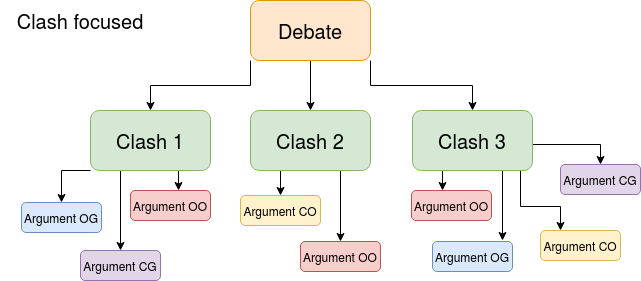
The draw.io diagram img/Efficient_Adjudication/tree_clash_focused.png in mariushobbhahn/mariushobbhahn.github.io, before a commit. Source tidied: cells renumbered, new cells last; positions are measured from the earlier drawing's top-left corner, leaving out a move shared by most shapes. Source of this version:
```xml
<mxGraphModel>
  <root>
    <mxCell id="0" />
    <mxCell id="1" parent="0" />
    <mxCell id="2" style="edgeStyle=orthogonalEdgeStyle;rounded=0;jettySize=auto;html=1;exitX=0;exitY=1;exitDx=0;exitDy=0;" parent="1" edge="1" source="5" target="9">
      <mxGeometry relative="1" as="geometry" />
    </mxCell>
    <mxCell id="3" style="edgeStyle=orthogonalEdgeStyle;rounded=0;jettySize=auto;html=1;entryX=0.5;entryY=0;entryDx=0;entryDy=0;" parent="1" edge="1" source="5" target="12">
      <mxGeometry relative="1" as="geometry" />
    </mxCell>
    <mxCell id="4" style="edgeStyle=orthogonalEdgeStyle;rounded=0;jettySize=auto;html=1;exitX=1;exitY=1;exitDx=0;exitDy=0;entryX=0.5;entryY=0;entryDx=0;entryDy=0;" parent="1" edge="1" source="5" target="17">
      <mxGeometry relative="1" as="geometry" />
    </mxCell>
    <mxCell id="5" value="&lt;font style=&quot;font-size: 20px&quot;&gt;Debate&lt;/font&gt;" style="rounded=1;whiteSpace=wrap;html=1;fillColor=#ffe6cc;strokeColor=#d79b00;" parent="1" vertex="1">
      <mxGeometry x="250" width="120" height="60" as="geometry" />
    </mxCell>
    <mxCell id="6" style="edgeStyle=orthogonalEdgeStyle;rounded=0;jettySize=auto;html=1;exitX=0.25;exitY=1;exitDx=0;exitDy=0;entryX=0.5;entryY=0;entryDx=0;entryDy=0;" parent="1" edge="1" source="9" target="22">
      <mxGeometry relative="1" as="geometry" />
    </mxCell>
    <mxCell id="7" style="edgeStyle=orthogonalEdgeStyle;rounded=0;jettySize=auto;html=1;exitX=0;exitY=1;exitDx=0;exitDy=0;entryX=0.5;entryY=0;entryDx=0;entryDy=0;" parent="1" edge="1" source="9" target="18">
      <mxGeometry relative="1" as="geometry">
        <Array as="points">
          <mxPoint x="61" y="170" />
        </Array>
      </mxGeometry>
    </mxCell>
    <mxCell id="8" style="edgeStyle=orthogonalEdgeStyle;rounded=0;jettySize=auto;html=1;exitX=0.75;exitY=1;exitDx=0;exitDy=0;entryX=0.6;entryY=0;entryDx=0;entryDy=0;entryPerimeter=0;" parent="1" edge="1" source="9" target="19">
      <mxGeometry relative="1" as="geometry" />
    </mxCell>
    <mxCell id="9" value="&lt;font style=&quot;font-size: 20px&quot;&gt;Clash 1&lt;/font&gt;" style="rounded=1;whiteSpace=wrap;html=1;fillColor=#d5e8d4;strokeColor=#82b366;" parent="1" vertex="1">
      <mxGeometry x="90" y="110" width="120" height="60" as="geometry" />
    </mxCell>
    <mxCell id="10" style="edgeStyle=orthogonalEdgeStyle;rounded=0;jettySize=auto;html=1;exitX=0.25;exitY=1;exitDx=0;exitDy=0;" parent="1" edge="1" source="12" target="20">
      <mxGeometry relative="1" as="geometry" />
    </mxCell>
    <mxCell id="11" style="edgeStyle=orthogonalEdgeStyle;rounded=0;jettySize=auto;html=1;exitX=0.75;exitY=1;exitDx=0;exitDy=0;entryX=0.5;entryY=0;entryDx=0;entryDy=0;" parent="1" edge="1" source="12" target="21">
      <mxGeometry relative="1" as="geometry" />
    </mxCell>
    <mxCell id="12" value="&lt;font style=&quot;font-size: 20px&quot;&gt;Clash 2&lt;/font&gt;" style="rounded=1;whiteSpace=wrap;html=1;fillColor=#d5e8d4;strokeColor=#82b366;" parent="1" vertex="1">
      <mxGeometry x="250" y="110" width="120" height="60" as="geometry" />
    </mxCell>
    <mxCell id="13" style="edgeStyle=orthogonalEdgeStyle;rounded=0;jettySize=auto;html=1;exitX=0.25;exitY=1;exitDx=0;exitDy=0;entryX=0.388;entryY=0;entryDx=0;entryDy=0;entryPerimeter=0;" parent="1" edge="1" source="17" target="24">
      <mxGeometry relative="1" as="geometry" />
    </mxCell>
    <mxCell id="14" style="edgeStyle=orthogonalEdgeStyle;rounded=0;jettySize=auto;html=1;exitX=0.75;exitY=1;exitDx=0;exitDy=0;" parent="1" edge="1" source="17">
      <mxGeometry relative="1" as="geometry">
        <mxPoint x="502" y="240" as="targetPoint" />
      </mxGeometry>
    </mxCell>
    <mxCell id="15" style="edgeStyle=orthogonalEdgeStyle;rounded=0;jettySize=auto;html=1;exitX=0.933;exitY=1;exitDx=0;exitDy=0;entryX=0.25;entryY=0;entryDx=0;entryDy=0;exitPerimeter=0;" parent="1" edge="1" source="17" target="25">
      <mxGeometry relative="1" as="geometry">
        <Array as="points">
          <mxPoint x="520" y="170" />
          <mxPoint x="520" y="206" />
          <mxPoint x="560" y="206" />
        </Array>
      </mxGeometry>
    </mxCell>
    <mxCell id="16" style="edgeStyle=orthogonalEdgeStyle;rounded=0;jettySize=auto;html=1;entryX=0.5;entryY=0;entryDx=0;entryDy=0;" parent="1" edge="1" target="26">
      <mxGeometry relative="1" as="geometry">
        <mxPoint x="532" y="144" as="sourcePoint" />
        <Array as="points">
          <mxPoint x="532" y="144" />
          <mxPoint x="600" y="144" />
        </Array>
      </mxGeometry>
    </mxCell>
    <mxCell id="17" value="&lt;font style=&quot;font-size: 20px&quot;&gt;Clash 3&lt;/font&gt;" style="rounded=1;whiteSpace=wrap;html=1;fillColor=#d5e8d4;strokeColor=#82b366;" parent="1" vertex="1">
      <mxGeometry x="412" y="110" width="120" height="60" as="geometry" />
    </mxCell>
    <mxCell id="18" value="Argument OG" style="rounded=1;whiteSpace=wrap;html=1;fillColor=#dae8fc;strokeColor=#6c8ebf;" parent="1" vertex="1">
      <mxGeometry x="21" y="202" width="80" height="30" as="geometry" />
    </mxCell>
    <mxCell id="19" value="Argument OO" style="rounded=1;whiteSpace=wrap;html=1;fillColor=#f8cecc;strokeColor=#b85450;" parent="1" vertex="1">
      <mxGeometry x="130" y="190" width="80" height="30" as="geometry" />
    </mxCell>
    <mxCell id="20" value="Argument CO" style="rounded=1;whiteSpace=wrap;html=1;fillColor=#fff2cc;strokeColor=#d6b656;" parent="1" vertex="1">
      <mxGeometry x="240" y="195" width="80" height="30" as="geometry" />
    </mxCell>
    <mxCell id="21" value="&lt;div&gt;Argument OO&lt;br&gt;&lt;/div&gt;" style="rounded=1;whiteSpace=wrap;html=1;fillColor=#f8cecc;strokeColor=#b85450;" parent="1" vertex="1">
      <mxGeometry x="300" y="241" width="80" height="30" as="geometry" />
    </mxCell>
    <mxCell id="22" value="Argument CG" style="rounded=1;whiteSpace=wrap;html=1;fillColor=#e1d5e7;strokeColor=#9673a6;" parent="1" vertex="1">
      <mxGeometry x="80" y="250" width="80" height="30" as="geometry" />
    </mxCell>
    <mxCell id="23" value="Argument OG" style="rounded=1;whiteSpace=wrap;html=1;fillColor=#dae8fc;strokeColor=#6c8ebf;" parent="1" vertex="1">
      <mxGeometry x="432" y="241" width="80" height="30" as="geometry" />
    </mxCell>
    <mxCell id="24" value="Argument OO" style="rounded=1;whiteSpace=wrap;html=1;fillColor=#f8cecc;strokeColor=#b85450;" parent="1" vertex="1">
      <mxGeometry x="411" y="190" width="80" height="30" as="geometry" />
    </mxCell>
    <mxCell id="25" value="Argument CO" style="rounded=1;whiteSpace=wrap;html=1;fillColor=#fff2cc;strokeColor=#d6b656;" parent="1" vertex="1">
      <mxGeometry x="540" y="230" width="80" height="30" as="geometry" />
    </mxCell>
    <mxCell id="26" value="Argument CG" style="rounded=1;whiteSpace=wrap;html=1;fillColor=#e1d5e7;strokeColor=#9673a6;" parent="1" vertex="1">
      <mxGeometry x="560" y="164" width="80" height="30" as="geometry" />
    </mxCell>
    <mxCell id="27" value="&lt;font style=&quot;font-size: 20px&quot;&gt;Clash focused&lt;/font&gt;" style="text;html=1;strokeColor=none;fillColor=none;align=center;verticalAlign=middle;whiteSpace=wrap;rounded=0;" parent="1" vertex="1">
      <mxGeometry y="10" width="160" height="20" as="geometry" />
    </mxCell>
  </root>
</mxGraphModel>
```
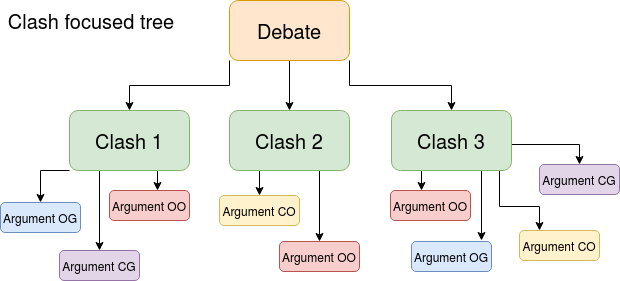
After the change.

Diff of the diagram source:
```diff
@@ -95,8 +95,8 @@
     <mxCell id="26" value="Argument CG" style="rounded=1;whiteSpace=wrap;html=1;fillColor=#e1d5e7;strokeColor=#9673a6;" parent="1" vertex="1">
       <mxGeometry x="560" y="164" width="80" height="30" as="geometry" />
     </mxCell>
-    <mxCell id="27" value="&lt;font style=&quot;font-size: 20px&quot;&gt;Clash focused&lt;/font&gt;" style="text;html=1;strokeColor=none;fillColor=none;align=center;verticalAlign=middle;whiteSpace=wrap;rounded=0;" parent="1" vertex="1">
-      <mxGeometry y="10" width="160" height="20" as="geometry" />
+    <mxCell id="27" value="&lt;font style=&quot;font-size: 20px&quot;&gt;Clash focused tree&lt;br&gt;&lt;/font&gt;" style="text;html=1;strokeColor=none;fillColor=none;align=center;verticalAlign=middle;whiteSpace=wrap;rounded=0;" parent="1" vertex="1">
+      <mxGeometry x="22" y="10" width="180" height="20" as="geometry" />
     </mxCell>
   </root>
 </mxGraphModel>
```
